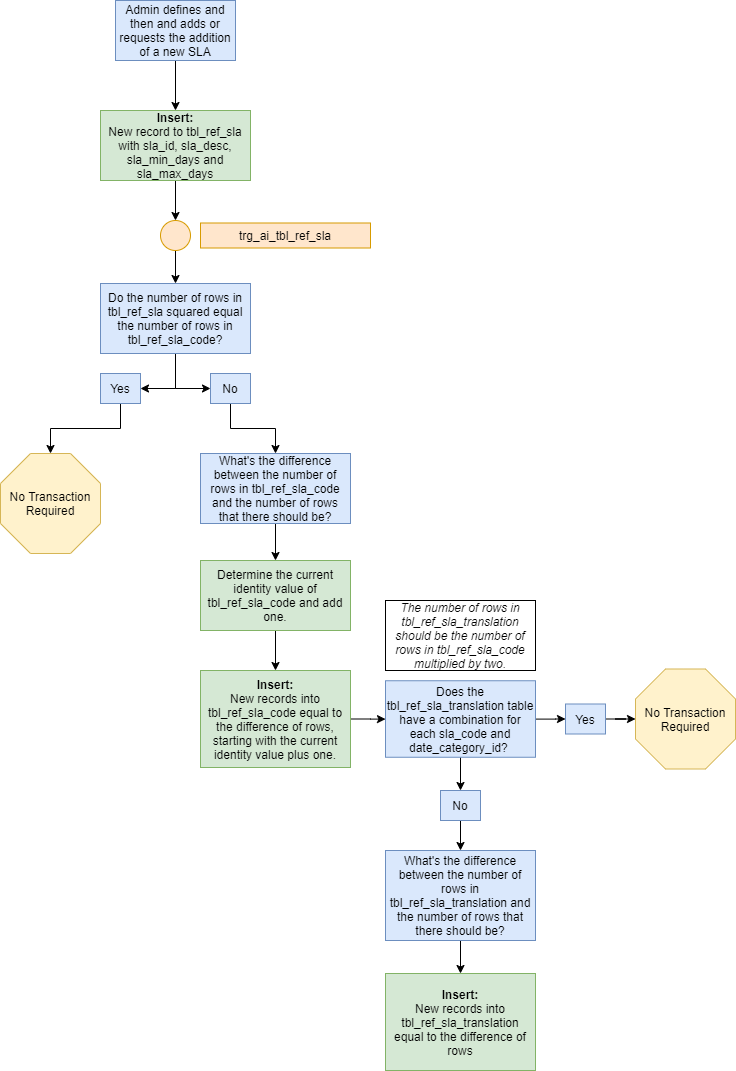
The draw.io diagram images/diagram5.png in NYC-Parks/SLADB, before a commit. Source tidied: cells renumbered, new cells last; positions are measured from the earlier drawing's top-left corner, leaving out a move shared by most shapes.
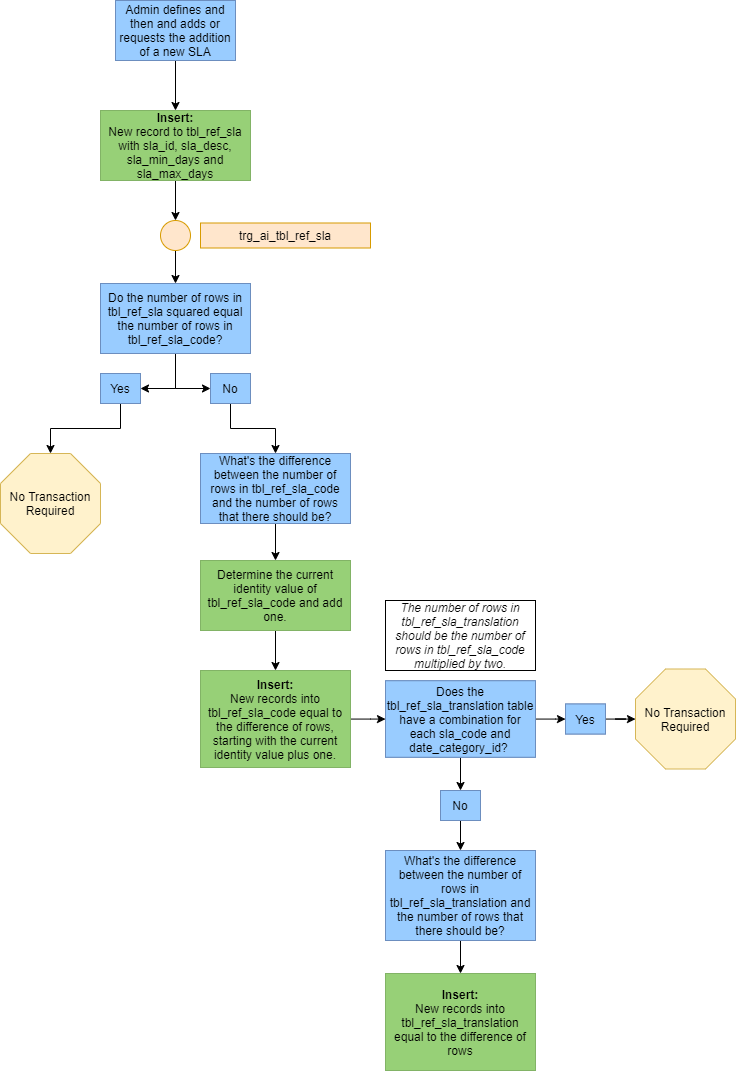
After the commit.

What changed in the source:
```diff
@@ -5,13 +5,13 @@
     <mxCell id="2" style="edgeStyle=orthogonalEdgeStyle;rounded=0;jettySize=auto;html=1;exitX=0.5;exitY=1;exitDx=0;exitDy=0;entryX=0.5;entryY=0;entryDx=0;entryDy=0;" parent="1" edge="1" source="3" target="5">
       <mxGeometry relative="1" as="geometry" />
     </mxCell>
-    <mxCell id="3" value="Admin defines and then and adds or requests the addition of a new SLA" style="rounded=0;whiteSpace=wrap;html=1;fillColor=#dae8fc;strokeColor=#6c8ebf;" parent="1" vertex="1">
+    <mxCell id="3" value="Admin defines and then and adds or requests the addition of a new SLA" style="rounded=0;whiteSpace=wrap;html=1;fillColor=#99CCFF;strokeColor=#6c8ebf;" parent="1" vertex="1">
       <mxGeometry x="115" width="120" height="60" as="geometry" />
     </mxCell>
     <mxCell id="4" style="edgeStyle=orthogonalEdgeStyle;rounded=0;jettySize=auto;html=1;exitX=0.5;exitY=1;exitDx=0;exitDy=0;entryX=0.5;entryY=0;entryDx=0;entryDy=0;" parent="1" edge="1" source="5" target="18">
       <mxGeometry relative="1" as="geometry" />
     </mxCell>
-    <mxCell id="5" value="&lt;b&gt;Insert:&lt;/b&gt;&lt;br&gt;New record to tbl_ref_sla with sla_id, sla_desc, sla_min_days and sla_max_days" style="rounded=0;whiteSpace=wrap;html=1;fillColor=#d5e8d4;strokeColor=#82b366;" parent="1" vertex="1">
+    <mxCell id="5" value="&lt;b&gt;Insert:&lt;/b&gt;&lt;br&gt;New record to tbl_ref_sla with sla_id, sla_desc, sla_min_days and sla_max_days" style="rounded=0;whiteSpace=wrap;html=1;fillColor=#97D077;strokeColor=#82b366;" parent="1" vertex="1">
       <mxGeometry x="100" y="110" width="150" height="70" as="geometry" />
     </mxCell>
     <mxCell id="6" style="edgeStyle=orthogonalEdgeStyle;rounded=0;jettySize=auto;html=1;exitX=0.5;exitY=1;exitDx=0;exitDy=0;entryX=1;entryY=0.5;entryDx=0;entryDy=0;" parent="1" edge="1" source="8" target="10">
@@ -20,7 +20,7 @@
     <mxCell id="7" style="edgeStyle=orthogonalEdgeStyle;rounded=0;jettySize=auto;html=1;exitX=0.5;exitY=1;exitDx=0;exitDy=0;entryX=0;entryY=0.5;entryDx=0;entryDy=0;" parent="1" edge="1" source="8" target="12">
       <mxGeometry relative="1" as="geometry" />
     </mxCell>
-    <mxCell id="8" value="Do the number of rows in tbl_ref_sla squared equal the number of rows in tbl_ref_sla_code?" style="rounded=0;whiteSpace=wrap;html=1;fillColor=#dae8fc;strokeColor=#6c8ebf;" parent="1" vertex="1">
+    <mxCell id="8" value="Do the number of rows in tbl_ref_sla squared equal the number of rows in tbl_ref_sla_code?" style="rounded=0;whiteSpace=wrap;html=1;fillColor=#99CCFF;strokeColor=#6c8ebf;" parent="1" vertex="1">
       <mxGeometry x="100" y="283" width="150" height="70" as="geometry" />
     </mxCell>
     <mxCell id="9" style="edgeStyle=orthogonalEdgeStyle;rounded=0;jettySize=auto;html=1;exitX=0.5;exitY=1;exitDx=0;exitDy=0;entryX=0.5;entryY=0;entryDx=0;entryDy=0;" parent="1" edge="1" source="10">
@@ -28,7 +28,7 @@
         <mxPoint x="50" y="453" as="targetPoint" />
       </mxGeometry>
     </mxCell>
-    <mxCell id="10" value="Yes" style="rounded=0;whiteSpace=wrap;html=1;fillColor=#dae8fc;strokeColor=#6c8ebf;" parent="1" vertex="1">
+    <mxCell id="10" value="Yes" style="rounded=0;whiteSpace=wrap;html=1;fillColor=#99CCFF;strokeColor=#6c8ebf;" parent="1" vertex="1">
       <mxGeometry x="100" y="373" width="40" height="30" as="geometry" />
     </mxCell>
     <mxCell id="11" style="edgeStyle=orthogonalEdgeStyle;rounded=0;jettySize=auto;html=1;exitX=0.5;exitY=1;exitDx=0;exitDy=0;entryX=0.5;entryY=0;entryDx=0;entryDy=0;" parent="1" edge="1" source="12" target="14">
@@ -46,7 +46,7 @@
     <mxCell id="15" style="edgeStyle=orthogonalEdgeStyle;rounded=0;jettySize=auto;html=1;" parent="1" edge="1" source="16" target="22">
       <mxGeometry relative="1" as="geometry" />
     </mxCell>
-    <mxCell id="16" value="Determine the current identity value of tbl_ref_sla_code and add one." style="rounded=0;whiteSpace=wrap;html=1;fillColor=#d5e8d4;strokeColor=#82b366;" parent="1" vertex="1">
+    <mxCell id="16" value="Determine the current identity value of tbl_ref_sla_code and add one." style="rounded=0;whiteSpace=wrap;html=1;fillColor=#97D077;strokeColor=#82b366;" parent="1" vertex="1">
       <mxGeometry x="200" y="560" width="150" height="70" as="geometry" />
     </mxCell>
     <mxCell id="17" style="edgeStyle=orthogonalEdgeStyle;rounded=0;jettySize=auto;html=1;exitX=0.5;exitY=1;exitDx=0;exitDy=0;entryX=0.5;entryY=0;entryDx=0;entryDy=0;" parent="1" edge="1" source="18" target="8">
@@ -64,7 +64,7 @@
     <mxCell id="21" style="edgeStyle=orthogonalEdgeStyle;rounded=0;jettySize=auto;html=1;" parent="1" edge="1" source="22" target="25">
       <mxGeometry relative="1" as="geometry" />
     </mxCell>
-    <mxCell id="22" value="&lt;b&gt;Insert:&lt;/b&gt;&lt;br&gt;New records into tbl_ref_sla_code equal to the difference of rows, starting with the current identity value plus one." style="rounded=0;whiteSpace=wrap;html=1;fillColor=#d5e8d4;strokeColor=#82b366;" parent="1" vertex="1">
+    <mxCell id="22" value="&lt;b&gt;Insert:&lt;/b&gt;&lt;br&gt;New records into tbl_ref_sla_code equal to the difference of rows, starting with the current identity value plus one." style="rounded=0;whiteSpace=wrap;html=1;fillColor=#97D077;strokeColor=#82b366;" parent="1" vertex="1">
       <mxGeometry x="200" y="670" width="150" height="97" as="geometry" />
     </mxCell>
     <mxCell id="23" style="edgeStyle=orthogonalEdgeStyle;rounded=0;jettySize=auto;html=1;" parent="1" edge="1" source="25" target="30">
@@ -101,11 +101,26 @@
         <mxPoint x="460" y="940" as="sourcePoint" />
       </mxGeometry>
     </mxCell>
-    <mxCell id="33" value="&lt;b&gt;Insert:&lt;/b&gt;&lt;br&gt;New records into tbl_ref_sla_translation equal to the difference of rows" style="rounded=0;whiteSpace=wrap;html=1;fillColor=#d5e8d4;strokeColor=#82b366;" parent="1" vertex="1">
+    <mxCell id="33" value="&lt;b&gt;Insert:&lt;/b&gt;&lt;br&gt;New records into tbl_ref_sla_translation equal to the difference of rows" style="rounded=0;whiteSpace=wrap;html=1;fillColor=#97D077;strokeColor=#82b366;" parent="1" vertex="1">
       <mxGeometry x="385" y="973" width="150" height="97" as="geometry" />
     </mxCell>
-    <mxCell id="34" value="What's the difference between the number of rows in tbl_ref_sla_translation and the number of rows that there should be?" style="rounded=0;whiteSpace=wrap;html=1;fillColor=#dae8fc;strokeColor=#6c8ebf;" parent="1" vertex="1">
+    <mxCell id="34" value="What's the difference between the number of rows in tbl_ref_sla_translation and the number of rows that there should be?" style="rounded=0;whiteSpace=wrap;html=1;fillColor=#99CCFF;strokeColor=#6c8ebf;" parent="1" vertex="1">
       <mxGeometry x="385" y="850" width="150" height="90" as="geometry" />
     </mxCell>
+    <mxCell id="35" value="Does the tbl_ref_sla_translation table have a combination for each sla_code and date_category_id?&amp;nbsp;" style="rounded=0;whiteSpace=wrap;html=1;fillColor=#99CCFF;strokeColor=#6c8ebf;align=center;" parent="1" vertex="1">
+      <mxGeometry x="385" y="680.2" width="150" height="76.5" as="geometry" />
+    </mxCell>
+    <mxCell id="36" value="Yes" style="rounded=0;whiteSpace=wrap;html=1;fillColor=#99CCFF;strokeColor=#6c8ebf;" parent="1" vertex="1">
+      <mxGeometry x="565" y="703.5" width="40" height="30" as="geometry" />
+    </mxCell>
+    <mxCell id="37" value="No" style="rounded=0;whiteSpace=wrap;html=1;fillColor=#99CCFF;strokeColor=#6c8ebf;" parent="1" vertex="1">
+      <mxGeometry x="440" y="790" width="40" height="30" as="geometry" />
+    </mxCell>
+    <mxCell id="38" value="What's the difference between the number of rows in tbl_ref_sla_code and the number of rows that there should be?" style="rounded=0;whiteSpace=wrap;html=1;fillColor=#99CCFF;strokeColor=#6c8ebf;" parent="1" vertex="1">
+      <mxGeometry x="200" y="453" width="150" height="70" as="geometry" />
+    </mxCell>
+    <mxCell id="39" value="No" style="rounded=0;whiteSpace=wrap;html=1;fillColor=#99CCFF;strokeColor=#6c8ebf;" parent="1" vertex="1">
+      <mxGeometry x="210" y="373" width="40" height="30" as="geometry" />
+    </mxCell>
   </root>
 </mxGraphModel>
```
